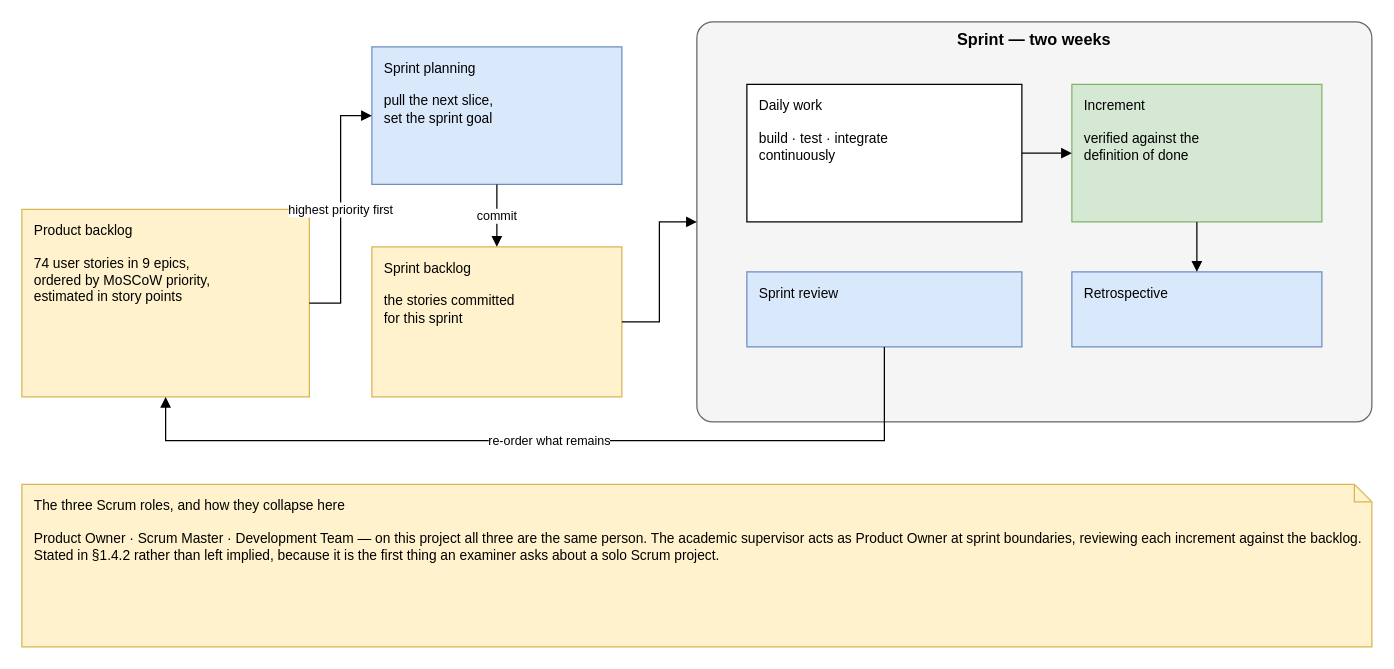
This is diagrams/fig-1-1-scrum-framework/fig-1-1-scrum-framework.drawio from inkwell-dev/spec.inkwell.ai, a draw.io file, before an edit. Source tidied: cells renumbered, new cells numbered last; positions are measured from the earlier drawing's top-left corner, leaving out a move shared by most shapes. Both pictures are drawn from the tidied source at 125%, with x=0, y=0 at pixel (21, 21).
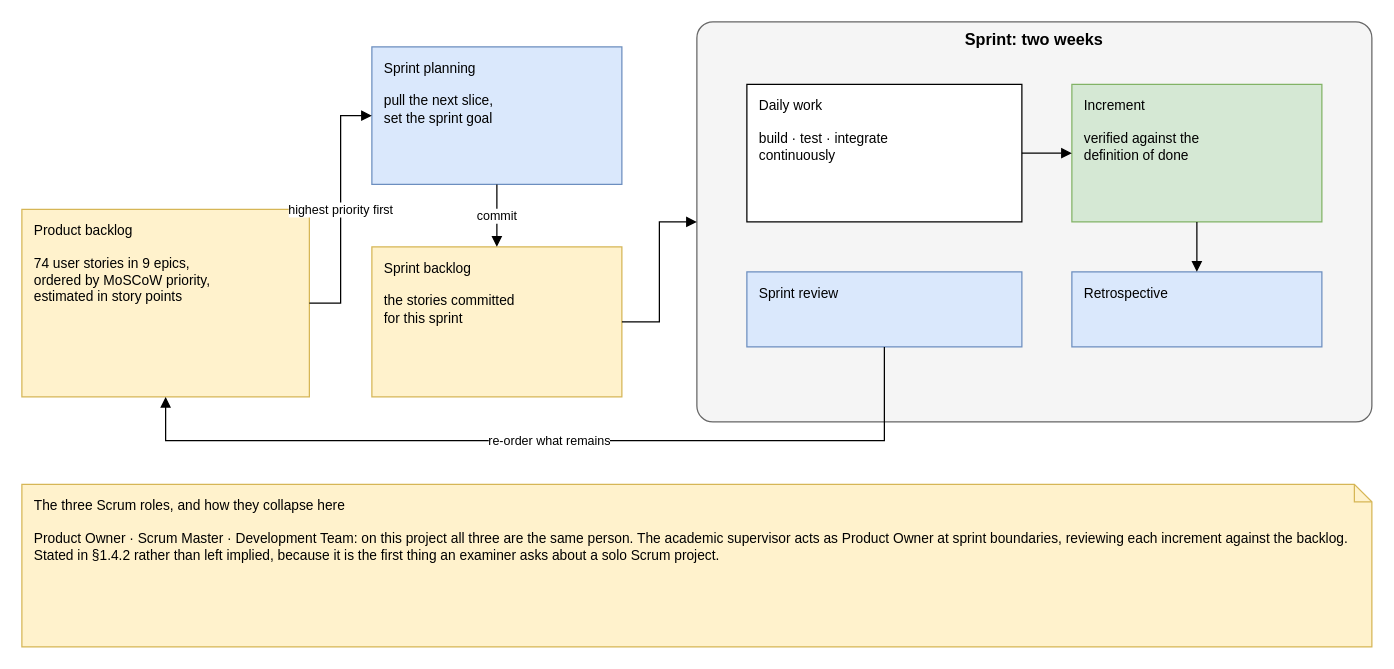
Above is the later version.

Change to the diagram source:
```diff
@@
 <mxGraphModel>
   <root>
     <mxCell id="0" />
     <mxCell id="1" parent="0" />
     <mxCell id="2" value="Product backlog&lt;br&gt;&lt;br&gt;74 user stories in 9 epics,&lt;br&gt;ordered by MoSCoW priority,&lt;br&gt;estimated in story points" style="rounded=0;whiteSpace=wrap;html=1;verticalAlign=top;align=left;spacingLeft=8;spacingTop=4;fontSize=11;fillColor=#FFF2CC;strokeColor=#D6B656;" parent="1" vertex="1">
       <mxGeometry y="150" width="230" height="150" as="geometry" />
     </mxCell>
     <mxCell id="3" value="Sprint planning&lt;br&gt;&lt;br&gt;pull the next slice,&lt;br&gt;set the sprint goal" style="rounded=0;whiteSpace=wrap;html=1;verticalAlign=top;align=left;spacingLeft=8;spacingTop=4;fontSize=11;fillColor=#DAE8FC;strokeColor=#6C8EBF;" parent="1" vertex="1">
       <mxGeometry x="280" y="20" width="200" height="110" as="geometry" />
     </mxCell>
     <mxCell id="4" value="Sprint backlog&lt;br&gt;&lt;br&gt;the stories committed&lt;br&gt;for this sprint" style="rounded=0;whiteSpace=wrap;html=1;verticalAlign=top;align=left;spacingLeft=8;spacingTop=4;fontSize=11;fillColor=#FFF2CC;strokeColor=#D6B656;" parent="1" vertex="1">
       <mxGeometry x="280" y="180" width="200" height="120" as="geometry" />
     </mxCell>
-    <mxCell id="5" value="Sprint — two weeks" style="rounded=1;whiteSpace=wrap;html=1;verticalAlign=top;fontStyle=1;fontSize=13;arcSize=4;fillColor=#F5F5F5;strokeColor=#666666;" parent="1" vertex="1">
+    <mxCell id="5" value="Sprint: two weeks" style="rounded=1;whiteSpace=wrap;html=1;verticalAlign=top;fontStyle=1;fontSize=13;arcSize=4;fillColor=#F5F5F5;strokeColor=#666666;" parent="1" vertex="1">
       <mxGeometry x="540" width="540" height="320" as="geometry" />
     </mxCell>
     <mxCell id="6" value="Daily work&lt;br&gt;&lt;br&gt;build · test · integrate&lt;br&gt;continuously" style="rounded=0;whiteSpace=wrap;html=1;verticalAlign=top;align=left;spacingLeft=8;spacingTop=4;fontSize=11;fillColor=#FFFFFF;strokeColor=#000000;" parent="1" vertex="1">
       <mxGeometry x="580" y="50" width="220" height="110" as="geometry" />
     </mxCell>
     <mxCell id="7" value="Increment&lt;br&gt;&lt;br&gt;verified against the&lt;br&gt;definition of done" style="rounded=0;whiteSpace=wrap;html=1;verticalAlign=top;align=left;spacingLeft=8;spacingTop=4;fontSize=11;fillColor=#D5E8D4;strokeColor=#82B366;" parent="1" vertex="1">
       <mxGeometry x="840" y="50" width="200" height="110" as="geometry" />
     </mxCell>
     <mxCell id="8" value="Sprint review" style="rounded=0;whiteSpace=wrap;html=1;verticalAlign=top;align=left;spacingLeft=8;spacingTop=4;fontSize=11;fillColor=#DAE8FC;strokeColor=#6C8EBF;" parent="1" vertex="1">
       <mxGeometry x="580" y="200" width="220" height="60" as="geometry" />
     </mxCell>
     <mxCell id="9" value="Retrospective" style="rounded=0;whiteSpace=wrap;html=1;verticalAlign=top;align=left;spacingLeft=8;spacingTop=4;fontSize=11;fillColor=#DAE8FC;strokeColor=#6C8EBF;" parent="1" vertex="1">
       <mxGeometry x="840" y="200" width="200" height="60" as="geometry" />
     </mxCell>
-    <mxCell id="10" value="The three Scrum roles, and how they collapse here&lt;br&gt;&lt;br&gt;Product Owner · Scrum Master · Development Team — on this project all three are the same person. The academic supervisor acts as Product Owner at sprint boundaries, reviewing each increment against the backlog. Stated in §1.4.2 rather than left implied, because it is the first thing an examiner asks about a solo Scrum project." style="shape=note;whiteSpace=wrap;html=1;size=14;fontSize=11;align=left;verticalAlign=top;spacingLeft=8;spacingTop=4;fillColor=#FFF2CC;strokeColor=#D6B656;" parent="1" vertex="1">
+    <mxCell id="10" value="The three Scrum roles, and how they collapse here&lt;br&gt;&lt;br&gt;Product Owner · Scrum Master · Development Team: on this project all three are the same person. The academic supervisor acts as Product Owner at sprint boundaries, reviewing each increment against the backlog. Stated in §1.4.2 rather than left implied, because it is the first thing an examiner asks about a solo Scrum project." style="shape=note;whiteSpace=wrap;html=1;size=14;fontSize=11;align=left;verticalAlign=top;spacingLeft=8;spacingTop=4;fillColor=#FFF2CC;strokeColor=#D6B656;" parent="1" vertex="1">
       <mxGeometry y="370" width="1080" height="130" as="geometry" />
     </mxCell>
     <mxCell id="11" value="highest priority first" style="edgeStyle=orthogonalEdgeStyle;rounded=0;html=1;endArrow=block;endFill=1;fontSize=10;labelBackgroundColor=#FFFFFF;exitX=1;exitY=0.5;exitDx=0;exitDy=0;entryX=0;entryY=0.5;entryDx=0;entryDy=0;" parent="1" edge="1" source="2" target="3">
       <mxGeometry relative="1" as="geometry" />
     </mxCell>
     <mxCell id="12" value="commit" style="edgeStyle=orthogonalEdgeStyle;rounded=0;html=1;endArrow=block;endFill=1;fontSize=10;labelBackgroundColor=#FFFFFF;exitX=0.5;exitY=1;exitDx=0;exitDy=0;entryX=0.5;entryY=0;entryDx=0;entryDy=0;" parent="1" edge="1" source="3" target="4">
       <mxGeometry relative="1" as="geometry" />
     </mxCell>
     <mxCell id="13" style="edgeStyle=orthogonalEdgeStyle;rounded=0;html=1;endArrow=block;endFill=1;fontSize=10;labelBackgroundColor=#FFFFFF;exitX=1;exitY=0.5;exitDx=0;exitDy=0;entryX=0;entryY=0.5;entryDx=0;entryDy=0;" parent="1" edge="1" source="4" target="5">
       <mxGeometry relative="1" as="geometry" />
     </mxCell>
     <mxCell id="14" style="edgeStyle=orthogonalEdgeStyle;rounded=0;html=1;endArrow=block;endFill=1;fontSize=10;labelBackgroundColor=#FFFFFF;exitX=1;exitY=0.5;exitDx=0;exitDy=0;entryX=0;entryY=0.5;entryDx=0;entryDy=0;" parent="1" edge="1" source="6" target="7">
       <mxGeometry relative="1" as="geometry" />
     </mxCell>
     <mxCell id="15" style="edgeStyle=orthogonalEdgeStyle;rounded=0;html=1;endArrow=block;endFill=1;fontSize=10;labelBackgroundColor=#FFFFFF;exitX=0.5;exitY=1;exitDx=0;exitDy=0;entryX=0.5;entryY=0;entryDx=0;entryDy=0;" parent="1" edge="1" source="7" target="9">
       <mxGeometry relative="1" as="geometry" />
     </mxCell>
     <mxCell id="16" value="re-order what remains" style="edgeStyle=orthogonalEdgeStyle;rounded=0;html=1;endArrow=block;endFill=1;fontSize=10;labelBackgroundColor=#FFFFFF;exitX=0.5;exitY=1;exitDx=0;exitDy=0;entryX=0.5;entryY=1;entryDx=0;entryDy=0;" parent="1" edge="1" source="8" target="2">
       <mxGeometry relative="1" as="geometry">
         <Array as="points">
           <mxPoint x="690" y="335" />
           <mxPoint x="115" y="335" />
         </Array>
       </mxGeometry>
     </mxCell>
   </root>
 </mxGraphModel>
```
